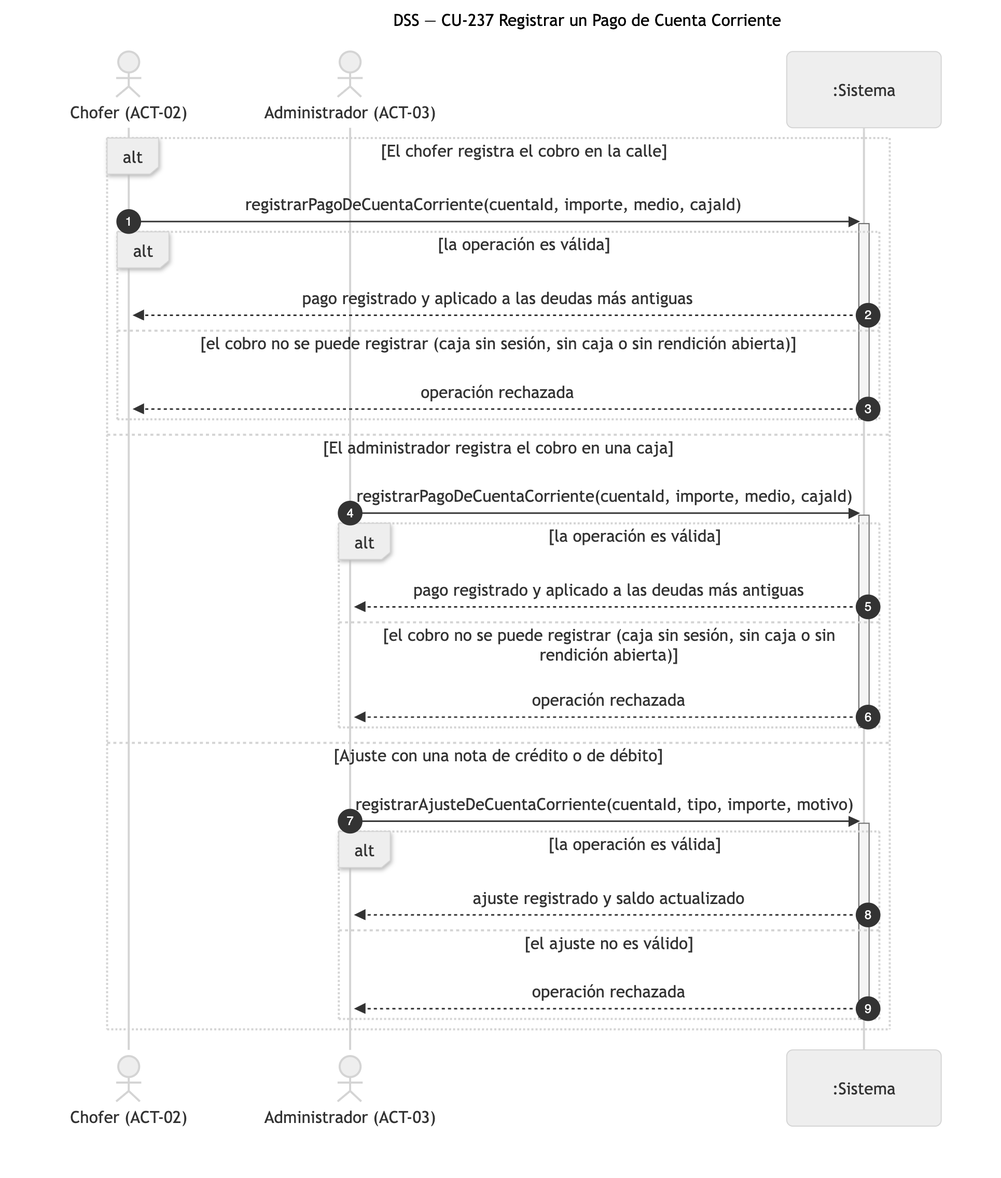
Above: diagramas/png/DSS_CU-237_Registrar-un-Pago-de-Cuenta-Corriente.png in Nahuelito-Dev/splg-docs (Mermaid), before the change. Its source is kept beside it as diagramas/DSS_CU-237_Registrar-un-Pago-de-Cuenta-Corriente.mmd.
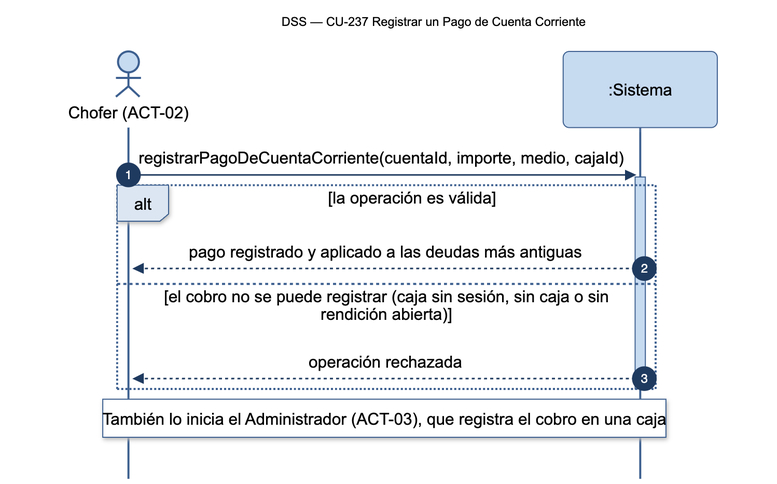
Later version of the same file.

Change to the diagram source:
```diff
@@ -2,34 +2,14 @@
     title DSS — CU-237 Registrar un Pago de Cuenta Corriente
     autonumber
     actor CHF as Chofer (ACT-02)
-    actor ADM as Administrador (ACT-03)
     participant SIS as :Sistema
 
-    alt El chofer registra el cobro en la calle
-        CHF->>SIS: registrarPagoDeCuentaCorriente(cuentaId, importe, medio, cajaId)
-        activate SIS
-        alt la operación es válida
-            SIS-->>CHF: pago registrado y aplicado a las deudas más antiguas
-        else el cobro no se puede registrar (caja sin sesión, sin caja o sin rendición abierta)
-            SIS-->>CHF: operación rechazada
-        end
-        deactivate SIS
-    else El administrador registra el cobro en una caja
-        ADM->>SIS: registrarPagoDeCuentaCorriente(cuentaId, importe, medio, cajaId)
-        activate SIS
-        alt la operación es válida
-            SIS-->>ADM: pago registrado y aplicado a las deudas más antiguas
-        else el cobro no se puede registrar (caja sin sesión, sin caja o sin rendición abierta)
-            SIS-->>ADM: operación rechazada
-        end
-        deactivate SIS
-    else Ajuste con una nota de crédito o de débito
-        ADM->>SIS: registrarAjusteDeCuentaCorriente(cuentaId, tipo, importe, motivo)
-        activate SIS
-        alt la operación es válida
-            SIS-->>ADM: ajuste registrado y saldo actualizado
-        else el ajuste no es válido
-            SIS-->>ADM: operación rechazada
-        end
-        deactivate SIS
+    CHF->>SIS: registrarPagoDeCuentaCorriente(cuentaId, importe, medio, cajaId)
+    activate SIS
+    alt la operación es válida
+        SIS-->>CHF: pago registrado y aplicado a las deudas más antiguas
+    else el cobro no se puede registrar (caja sin sesión, sin caja o sin rendición abierta)
+        SIS-->>CHF: operación rechazada
     end
+    deactivate SIS
+    Note over CHF,SIS: También lo inicia el Administrador (ACT-03), que registra el cobro en una caja
```
